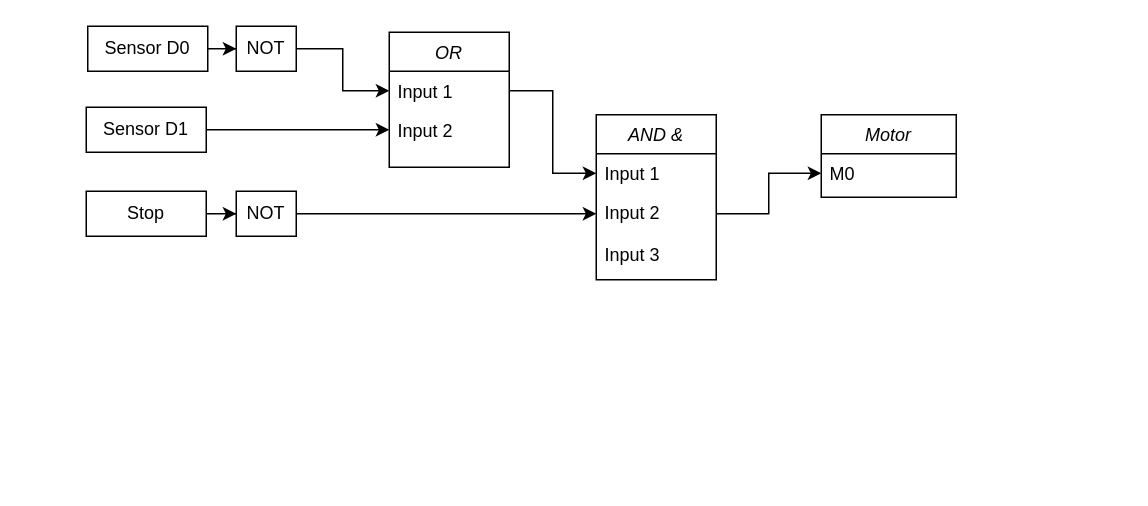
fgomez1211/FRD keeps this draw.io diagram as Untitled Diagram.drawio. Above is the earlier version. Source tidied: cells renumbered, new cells numbered last; positions are measured from the earlier drawing's top-left corner, leaving out a move shared by most shapes. Both pictures are drawn from the tidied source at 150%, with x=0, y=0 at pixel (86, 26).
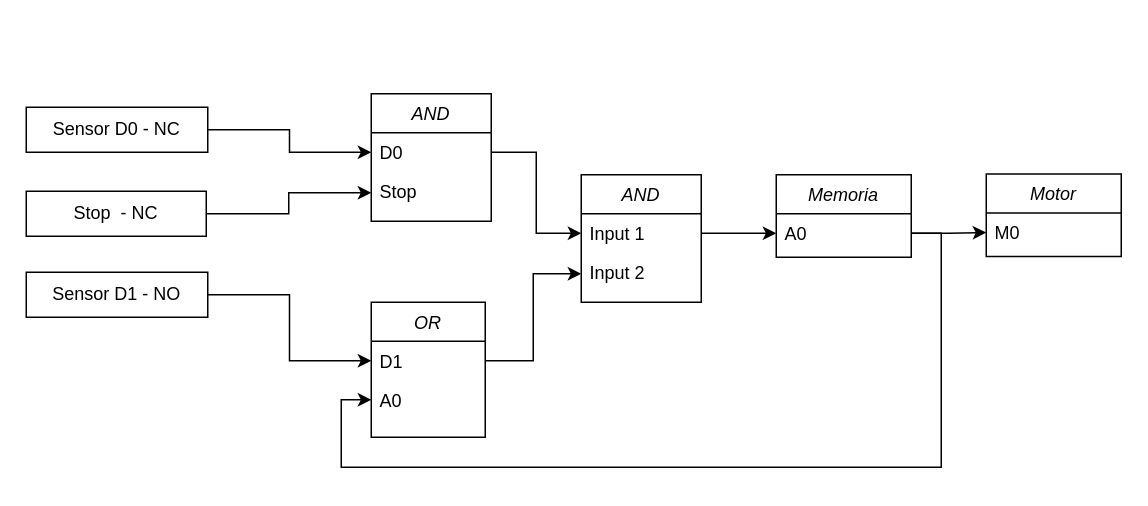
After the change.

The edit, as a diff of the source:
```diff
@@
-    <mxCell id="2" value="AND &amp;" style="swimlane;fontStyle=2;align=center;verticalAlign=top;horizontal=1;startSize=26;rounded=0;shadow=0;strokeWidth=1;" parent="1" vertex="1">
-      <mxGeometry x="340" y="59" width="80" height="110" as="geometry" />
+    <mxCell id="2" value="AND" style="swimlane;fontStyle=2;align=center;verticalAlign=top;horizontal=1;startSize=26;rounded=0;shadow=0;strokeWidth=1;" parent="1" vertex="1">
+      <mxGeometry x="190" y="45" width="80" height="85" as="geometry" />
     </mxCell>
-    <mxCell id="3" value="Input 1" style="text;align=left;verticalAlign=top;spacingLeft=4;spacingRight=4;overflow=hidden;points=[[0,0.5],[1,0.5]];portConstraint=eastwest;" parent="2" vertex="1">
+    <mxCell id="3" value="D0" style="text;align=left;verticalAlign=top;spacingLeft=4;spacingRight=4;overflow=hidden;points=[[0,0.5],[1,0.5]];portConstraint=eastwest;" parent="2" vertex="1">
       <mxGeometry y="26" width="80" height="26" as="geometry" />
     </mxCell>
-    <mxCell id="4" value="Input 2" style="text;align=left;verticalAlign=top;spacingLeft=4;spacingRight=4;overflow=hidden;points=[[0,0.5],[1,0.5]];portConstraint=eastwest;rounded=0;shadow=0;html=0;" parent="2" vertex="1">
+    <mxCell id="4" value="Stop" style="text;align=left;verticalAlign=top;spacingLeft=4;spacingRight=4;overflow=hidden;points=[[0,0.5],[1,0.5]];portConstraint=eastwest;rounded=0;shadow=0;html=0;" parent="2" vertex="1">
       <mxGeometry y="52" width="80" height="28" as="geometry" />
     </mxCell>
-    <mxCell id="5" value="Input 3" style="text;align=left;verticalAlign=top;spacingLeft=4;spacingRight=4;overflow=hidden;rounded=0;shadow=0;html=0;" parent="2" vertex="1">
-      <mxGeometry y="80" width="80" height="28" as="geometry" />
-    </mxCell>
-    <mxCell id="6" style="edgeStyle=orthogonalEdgeStyle;rounded=0;jettySize=auto;html=1;entryX=0;entryY=0.5;entryDx=0;entryDy=0;" parent="1" edge="1" source="7" target="20">
-      <mxGeometry relative="1" as="geometry" />
-    </mxCell>
+    <mxCell id="23" style="edgeStyle=orthogonalEdgeStyle;rounded=0;jettySize=auto;html=1;exitX=1;exitY=0.5;exitDx=0;exitDy=0;endArrow=classic;endFill=1;" parent="1" edge="1" source="7" target="3">
+      <mxGeometry relative="1" as="geometry" />
+    </mxCell>
-    <mxCell id="7" value="Sensor D0" style="rounded=0;whiteSpace=wrap;html=1;" parent="1" vertex="1">
-      <mxGeometry x="1" width="80" height="30" as="geometry" />
+    <mxCell id="7" value="Sensor D0 - NC" style="rounded=0;whiteSpace=wrap;html=1;" parent="1" vertex="1">
+      <mxGeometry x="-40" y="54" width="121" height="30" as="geometry" />
     </mxCell>
-    <mxCell id="8" style="edgeStyle=orthogonalEdgeStyle;rounded=0;jettySize=auto;html=1;exitX=1;exitY=0.5;exitDx=0;exitDy=0;entryX=0;entryY=0.5;entryDx=0;entryDy=0;" parent="1" edge="1" source="9" target="12">
-      <mxGeometry relative="1" as="geometry" />
-    </mxCell>
+    <mxCell id="24" style="edgeStyle=orthogonalEdgeStyle;rounded=0;jettySize=auto;html=1;exitX=1;exitY=0.5;exitDx=0;exitDy=0;entryX=0;entryY=0.5;entryDx=0;entryDy=0;endArrow=classic;endFill=1;" parent="1" edge="1" source="9" target="11">
+      <mxGeometry relative="1" as="geometry" />
+    </mxCell>
-    <mxCell id="9" value="Sensor D1" style="rounded=0;whiteSpace=wrap;html=1;" parent="1" vertex="1">
-      <mxGeometry y="54" width="80" height="30" as="geometry" />
+    <mxCell id="9" value="Sensor D1 - NO" style="rounded=0;whiteSpace=wrap;html=1;" parent="1" vertex="1">
+      <mxGeometry x="-40" y="164" width="121" height="30" as="geometry" />
     </mxCell>
     <mxCell id="10" value="OR" style="swimlane;fontStyle=2;align=center;verticalAlign=top;horizontal=1;startSize=26;rounded=0;shadow=0;strokeWidth=1;" parent="1" vertex="1">
-      <mxGeometry x="202" y="4" width="80" height="90" as="geometry" />
+      <mxGeometry x="190" y="184" width="76" height="90" as="geometry" />
     </mxCell>
-    <mxCell id="11" value="Input 1" style="text;align=left;verticalAlign=top;spacingLeft=4;spacingRight=4;overflow=hidden;points=[[0,0.5],[1,0.5]];portConstraint=eastwest;" parent="10" vertex="1">
-      <mxGeometry y="26" width="80" height="26" as="geometry" />
+    <mxCell id="11" value="D1" style="text;align=left;verticalAlign=top;spacingLeft=4;spacingRight=4;overflow=hidden;points=[[0,0.5],[1,0.5]];portConstraint=eastwest;" parent="10" vertex="1">
+      <mxGeometry y="26" width="76" height="26" as="geometry" />
     </mxCell>
-    <mxCell id="12" value="Input 2" style="text;align=left;verticalAlign=top;spacingLeft=4;spacingRight=4;overflow=hidden;points=[[0,0.5],[1,0.5]];portConstraint=eastwest;rounded=0;shadow=0;html=0;" parent="10" vertex="1">
-      <mxGeometry y="52" width="80" height="26" as="geometry" />
+    <mxCell id="12" value="A0" style="text;align=left;verticalAlign=top;spacingLeft=4;spacingRight=4;overflow=hidden;points=[[0,0.5],[1,0.5]];portConstraint=eastwest;rounded=0;shadow=0;html=0;" parent="10" vertex="1">
+      <mxGeometry y="52" width="76" height="26" as="geometry" />
     </mxCell>
-    <mxCell id="13" value="Motor" style="swimlane;fontStyle=2;align=center;verticalAlign=top;horizontal=1;startSize=26;rounded=0;shadow=0;strokeWidth=1;" parent="1" vertex="1">
-      <mxGeometry x="490" y="59" width="90" height="55" as="geometry" />
+    <mxCell id="13" value="Memoria" style="swimlane;fontStyle=2;align=center;verticalAlign=top;horizontal=1;startSize=26;rounded=0;shadow=0;strokeWidth=1;" parent="1" vertex="1">
+      <mxGeometry x="460" y="99" width="90" height="55" as="geometry" />
     </mxCell>
-    <mxCell id="14" value="M0" style="text;align=left;verticalAlign=top;spacingLeft=4;spacingRight=4;overflow=hidden;points=[[0,0.5],[1,0.5]];portConstraint=eastwest;" parent="13" vertex="1">
+    <mxCell id="14" value="A0" style="text;align=left;verticalAlign=top;spacingLeft=4;spacingRight=4;overflow=hidden;points=[[0,0.5],[1,0.5]];portConstraint=eastwest;" parent="13" vertex="1">
       <mxGeometry y="26" width="90" height="26" as="geometry" />
     </mxCell>
-    <mxCell id="15" style="edgeStyle=orthogonalEdgeStyle;rounded=0;jettySize=auto;html=1;" parent="1" edge="1" source="16" target="18">
-      <mxGeometry relative="1" as="geometry" />
-    </mxCell>
+    <mxCell id="25" style="edgeStyle=orthogonalEdgeStyle;rounded=0;jettySize=auto;html=1;exitX=1;exitY=0.5;exitDx=0;exitDy=0;entryX=0;entryY=0.5;entryDx=0;entryDy=0;endArrow=classic;endFill=1;" parent="1" edge="1" source="16" target="4">
+      <mxGeometry relative="1" as="geometry" />
+    </mxCell>
-    <mxCell id="16" value="Stop" style="rounded=0;whiteSpace=wrap;html=1;" parent="1" vertex="1">
-      <mxGeometry y="110" width="80" height="30" as="geometry" />
+    <mxCell id="16" value="Stop &amp;nbsp;- NC" style="rounded=0;whiteSpace=wrap;html=1;" parent="1" vertex="1">
+      <mxGeometry x="-40" y="110" width="120" height="30" as="geometry" />
     </mxCell>
-    <mxCell id="17" style="edgeStyle=orthogonalEdgeStyle;rounded=0;jettySize=auto;html=1;exitX=1;exitY=0.5;exitDx=0;exitDy=0;entryX=0;entryY=0.5;entryDx=0;entryDy=0;" parent="1" edge="1" source="18" target="4">
-      <mxGeometry relative="1" as="geometry" />
-    </mxCell>
-    <mxCell id="18" value="NOT" style="whiteSpace=wrap;html=1;rounded=0;" parent="1" vertex="1">
-      <mxGeometry x="100" y="110" width="40" height="30" as="geometry" />
-    </mxCell>
-    <mxCell id="19" style="edgeStyle=orthogonalEdgeStyle;rounded=0;jettySize=auto;html=1;exitX=1;exitY=0.5;exitDx=0;exitDy=0;entryX=0;entryY=0.5;entryDx=0;entryDy=0;" parent="1" edge="1" source="20" target="11">
-      <mxGeometry relative="1" as="geometry" />
-    </mxCell>
-    <mxCell id="20" value="NOT" style="whiteSpace=wrap;html=1;rounded=0;" parent="1" vertex="1">
-      <mxGeometry x="100" width="40" height="30" as="geometry" />
-    </mxCell>
-    <mxCell id="21" style="edgeStyle=orthogonalEdgeStyle;rounded=0;jettySize=auto;html=1;exitX=1;exitY=0.5;exitDx=0;exitDy=0;entryX=0;entryY=0.5;entryDx=0;entryDy=0;" parent="1" edge="1" source="11" target="3">
-      <mxGeometry relative="1" as="geometry" />
-    </mxCell>
-    <mxCell id="22" style="edgeStyle=orthogonalEdgeStyle;rounded=0;jettySize=auto;html=1;exitX=1;exitY=0.5;exitDx=0;exitDy=0;entryX=0;entryY=0.5;entryDx=0;entryDy=0;" parent="1" edge="1" source="4" target="14">
-      <mxGeometry relative="1" as="geometry" />
-    </mxCell>
+    <mxCell id="26" value="AND" style="swimlane;fontStyle=2;align=center;verticalAlign=top;horizontal=1;startSize=26;rounded=0;shadow=0;strokeWidth=1;" parent="1" vertex="1">
+      <mxGeometry x="330" y="99" width="80" height="85" as="geometry" />
+    </mxCell>
+    <mxCell id="27" value="Input 1" style="text;align=left;verticalAlign=top;spacingLeft=4;spacingRight=4;overflow=hidden;points=[[0,0.5],[1,0.5]];portConstraint=eastwest;" parent="26" vertex="1">
+      <mxGeometry y="26" width="80" height="26" as="geometry" />
+    </mxCell>
+    <mxCell id="28" value="Input 2" style="text;align=left;verticalAlign=top;spacingLeft=4;spacingRight=4;overflow=hidden;points=[[0,0.5],[1,0.5]];portConstraint=eastwest;rounded=0;shadow=0;html=0;" parent="26" vertex="1">
+      <mxGeometry y="52" width="80" height="28" as="geometry" />
+    </mxCell>
+    <mxCell id="29" style="edgeStyle=orthogonalEdgeStyle;rounded=0;jettySize=auto;html=1;exitX=1;exitY=0.5;exitDx=0;exitDy=0;entryX=0;entryY=0.5;entryDx=0;entryDy=0;endArrow=classic;endFill=1;" parent="1" edge="1" source="3" target="27">
+      <mxGeometry relative="1" as="geometry" />
+    </mxCell>
+    <mxCell id="30" style="edgeStyle=orthogonalEdgeStyle;rounded=0;jettySize=auto;html=1;exitX=1;exitY=0.5;exitDx=0;exitDy=0;entryX=0;entryY=0.5;entryDx=0;entryDy=0;endArrow=classic;endFill=1;" parent="1" edge="1" source="11" target="28">
+      <mxGeometry relative="1" as="geometry" />
+    </mxCell>
+    <mxCell id="31" style="edgeStyle=orthogonalEdgeStyle;rounded=0;jettySize=auto;html=1;exitX=1;exitY=0.5;exitDx=0;exitDy=0;entryX=0;entryY=0.5;entryDx=0;entryDy=0;endArrow=classic;endFill=1;" parent="1" edge="1" source="27" target="14">
+      <mxGeometry relative="1" as="geometry" />
+    </mxCell>
+    <mxCell id="32" value="Motor" style="swimlane;fontStyle=2;align=center;verticalAlign=top;horizontal=1;startSize=26;rounded=0;shadow=0;strokeWidth=1;" parent="1" vertex="1">
+      <mxGeometry x="600" y="98.5" width="90" height="55" as="geometry" />
+    </mxCell>
+    <mxCell id="33" value="M0" style="text;align=left;verticalAlign=top;spacingLeft=4;spacingRight=4;overflow=hidden;points=[[0,0.5],[1,0.5]];portConstraint=eastwest;" parent="32" vertex="1">
+      <mxGeometry y="26" width="90" height="26" as="geometry" />
+    </mxCell>
+    <mxCell id="34" style="edgeStyle=orthogonalEdgeStyle;rounded=0;jettySize=auto;html=1;exitX=1;exitY=0.5;exitDx=0;exitDy=0;entryX=0;entryY=0.5;entryDx=0;entryDy=0;endArrow=classic;endFill=1;" parent="1" edge="1" source="14" target="33">
+      <mxGeometry relative="1" as="geometry" />
+    </mxCell>
+    <mxCell id="35" style="edgeStyle=orthogonalEdgeStyle;rounded=0;jettySize=auto;html=1;exitX=1;exitY=0.5;exitDx=0;exitDy=0;entryX=0;entryY=0.5;entryDx=0;entryDy=0;endArrow=classic;endFill=1;" parent="1" edge="1" source="14" target="12">
+      <mxGeometry relative="1" as="geometry">
+        <Array as="points">
+          <mxPoint x="570" y="138" />
+          <mxPoint x="570" y="294" />
+          <mxPoint x="170" y="294" />
+          <mxPoint x="170" y="249" />
+        </Array>
+      </mxGeometry>
+    </mxCell>
```
